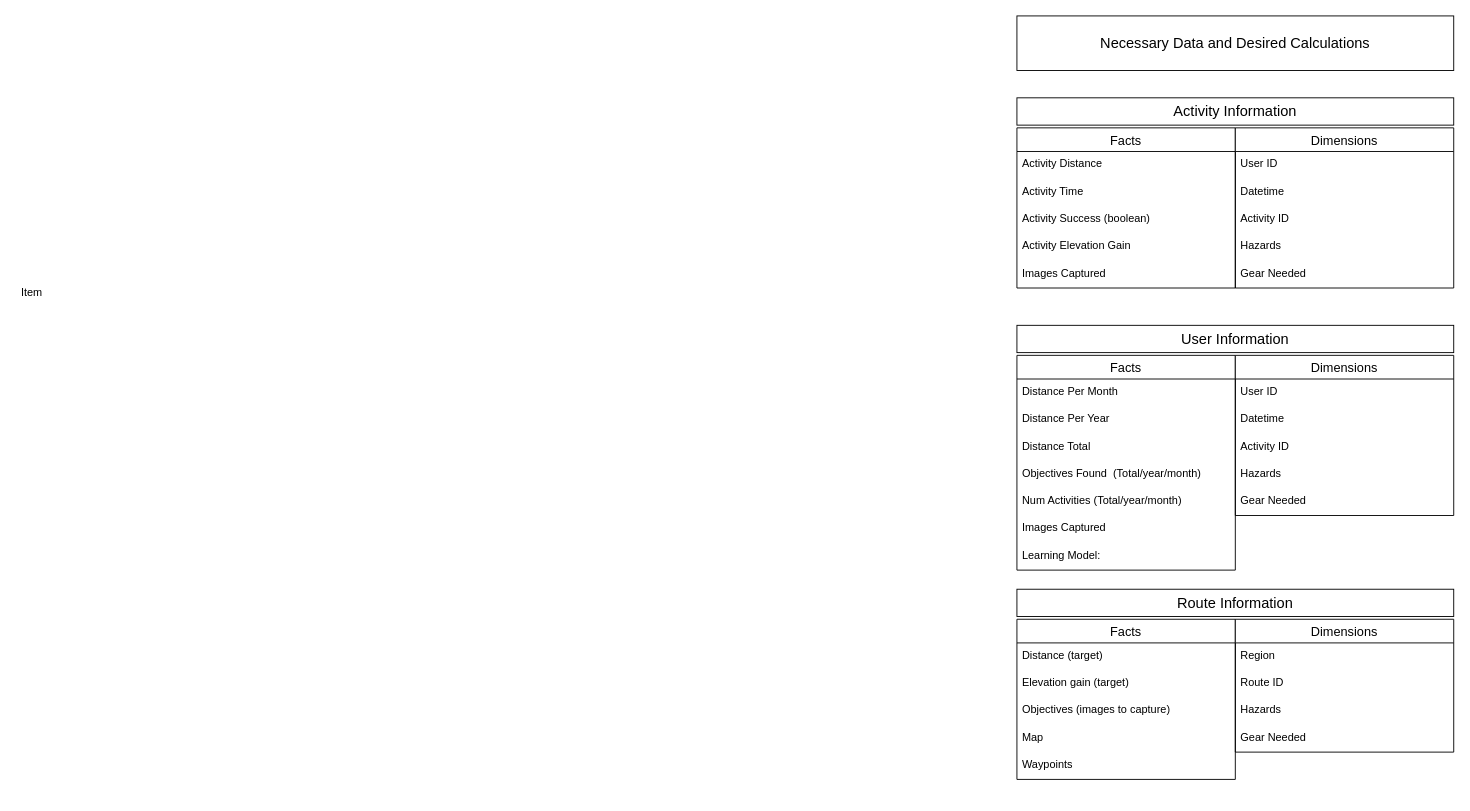
This is page "Database" (3 of 5) of fakeStrava/Untitled Diagram.drawio from brianjburrow/draw.io, a draw.io file, before an edit. Source tidied: cells renumbered, new cells numbered last; positions are measured from the earlier drawing's top-left corner, leaving out a move shared by most shapes. Both pictures are drawn from the tidied source at 91%, with x=0, y=0 at pixel (15, 15).
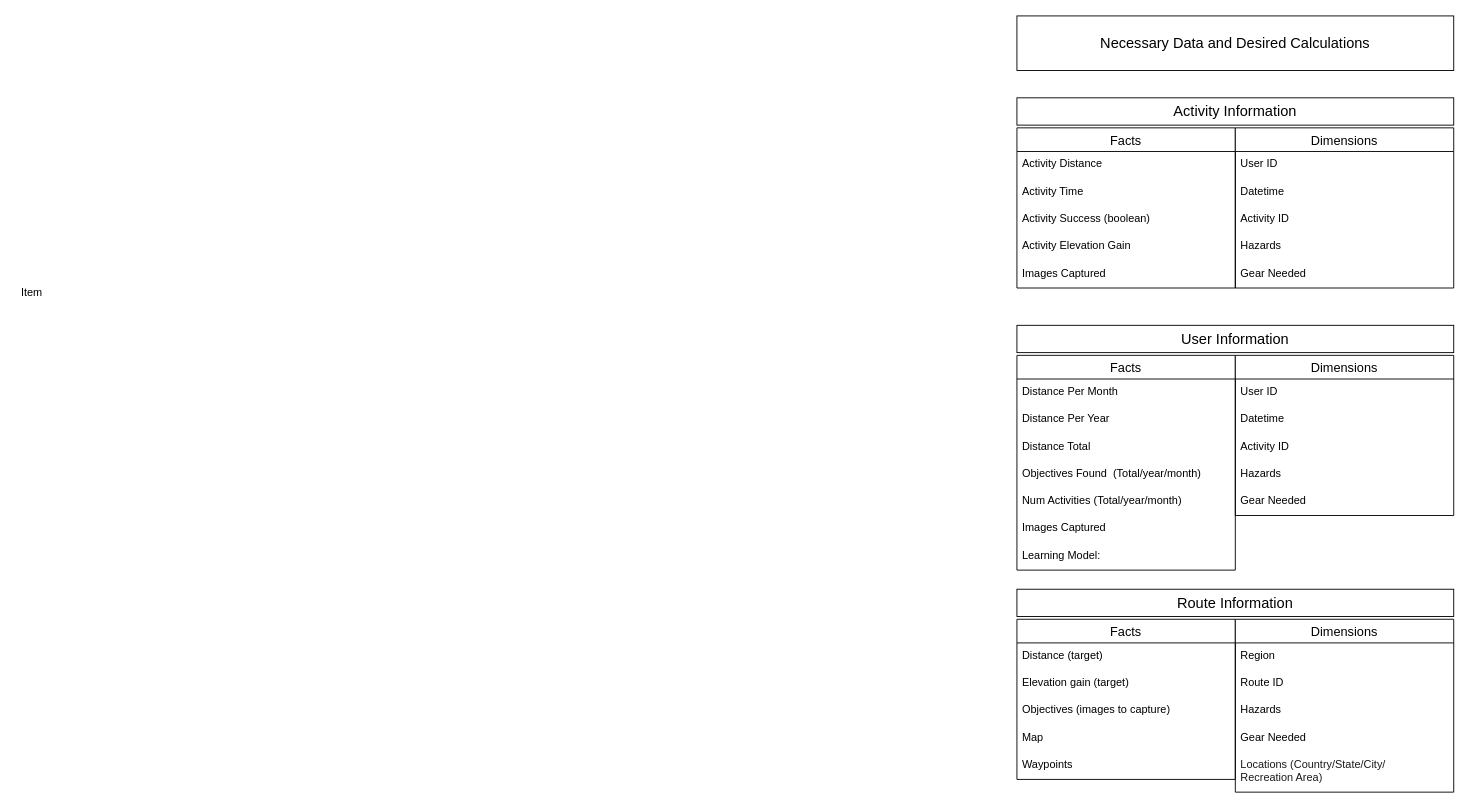
Above is the later version.

Change to the diagram source:
```diff
@@
     <mxCell id="38" value="Dimensions" style="swimlane;fontStyle=0;horizontal=1;startSize=26;align=center;fontSize=14;" parent="1" vertex="1">
-      <mxGeometry x="1340" y="663" width="240" height="146" as="geometry" />
+      <mxGeometry x="1340" y="663" width="240" height="190" as="geometry" />
     </mxCell>
@@
+    <mxCell id="44" value="Locations (Country/State/City/&#10;Recreation Area)&#10;" style="text;strokeColor=none;fillColor=none;spacingLeft=4;spacingRight=4;overflow=hidden;fontSize=12;fontColor=#1A1A1A;" parent="38" vertex="1">
+      <mxGeometry y="146" width="240" height="44" as="geometry" />
+    </mxCell>
```
